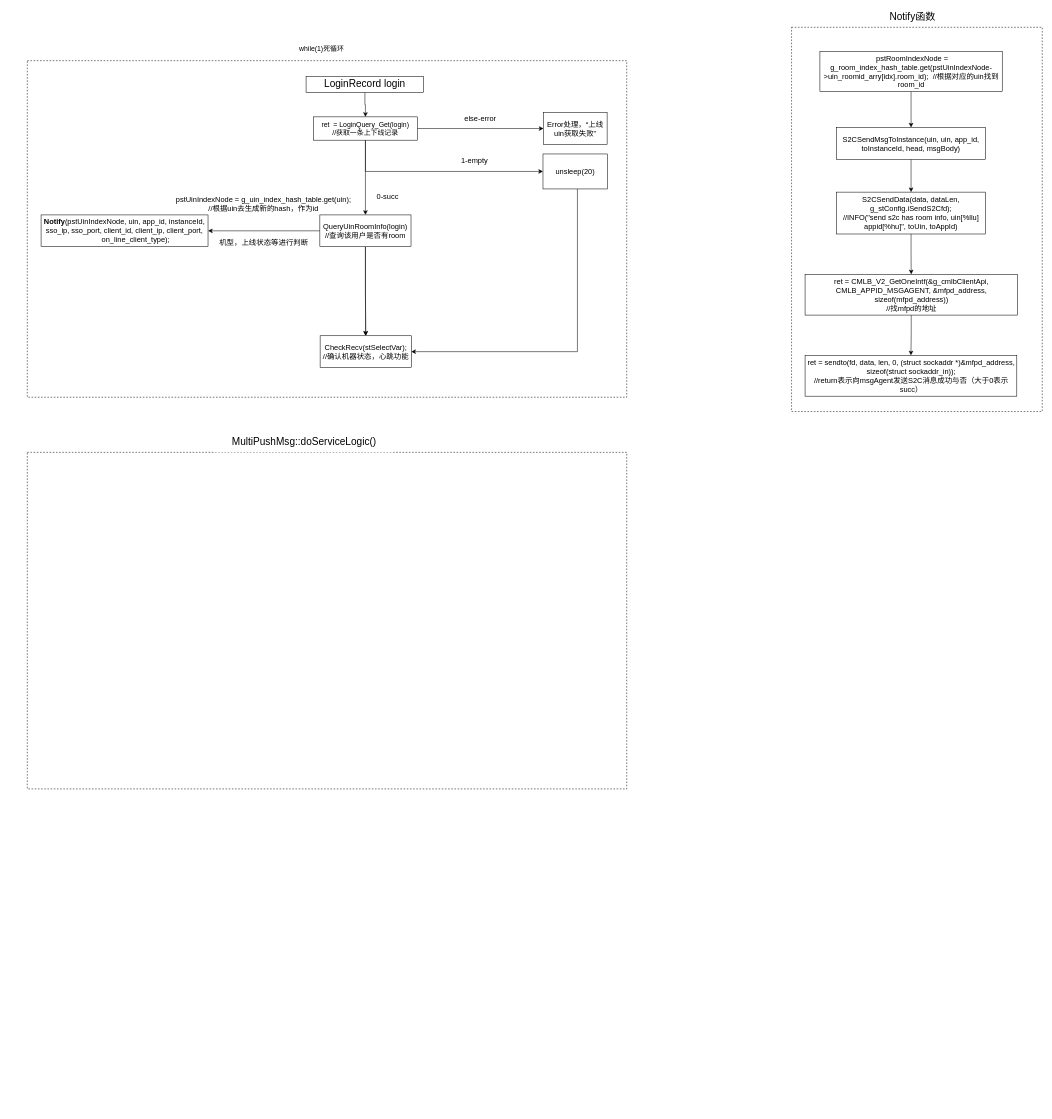
The draw.io diagram 双/多人上线推送.drawio in BBQldf/drawIO, before the edit. Source tidied: cells renumbered, new cells numbered last; positions are measured from the earlier drawing's top-left corner, leaving out a move shared by most shapes. Both pictures are drawn from the tidied source at 53%, with x=0, y=0 at pixel (27, 9).
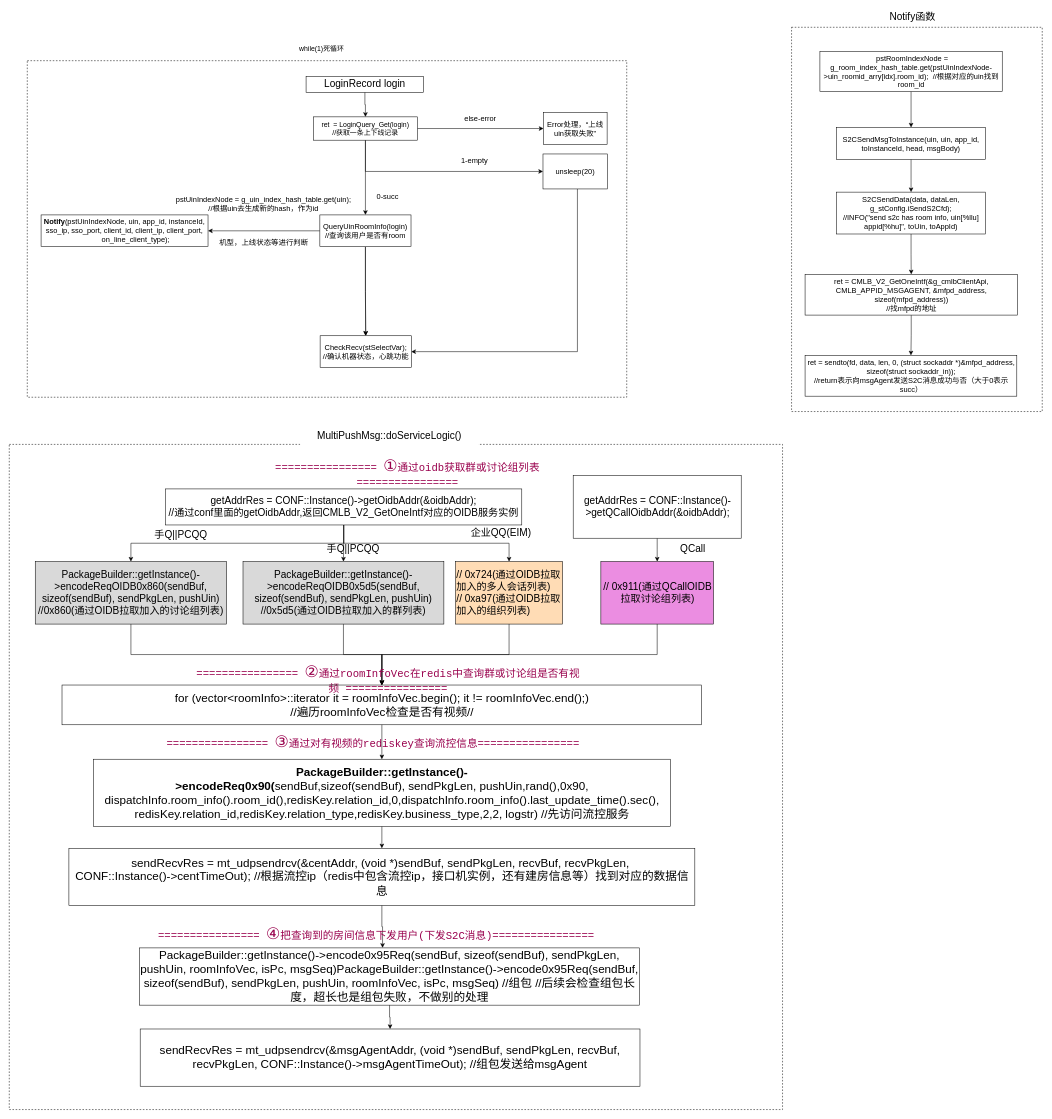
The same diagram, later.

Commit message:
Update 双/多人上线推送.drawio

The edit, as a diff of the source:
```diff
@@
+    <mxCell id="37" style="rounded=0;whiteSpace=wrap;html=1;dashed=1;fillColor=none;" parent="1" vertex="1">
+      <mxGeometry x="-34" y="821" width="1459" height="1255" as="geometry" />
+    </mxCell>
@@
-    <mxCell id="35" style="rounded=0;whiteSpace=wrap;html=1;dashed=1;" parent="1" vertex="1">
-      <mxGeometry y="836" width="1131" height="635" as="geometry" />
-    </mxCell>
     <mxCell id="36" value="MultiPushMsg::doServiceLogic()" style="rounded=0;whiteSpace=wrap;html=1;labelBackgroundColor=none;fontSize=19;fontColor=#000000;strokeColor=none;" parent="1" vertex="1">
-      <mxGeometry x="354" y="796" width="337" height="40" as="geometry" />
+      <mxGeometry x="515" y="785" width="337" height="40" as="geometry" />
     </mxCell>
+    <mxCell id="38" style="edgeStyle=orthogonalEdgeStyle;rounded=0;jettySize=auto;html=1;fontSize=19;fontColor=#99004D;" parent="1" edge="1" source="41" target="43">
+      <mxGeometry relative="1" as="geometry" />
+    </mxCell>
+    <mxCell id="39" style="edgeStyle=orthogonalEdgeStyle;rounded=0;jettySize=auto;html=1;entryX=0.5;entryY=0;entryDx=0;entryDy=0;fontSize=19;fontColor=#99004D;" parent="1" edge="1" source="41" target="45">
+      <mxGeometry relative="1" as="geometry" />
+    </mxCell>
+    <mxCell id="40" style="edgeStyle=orthogonalEdgeStyle;rounded=0;jettySize=auto;html=1;fontSize=19;fontColor=#99004D;" parent="1" edge="1" source="41" target="47">
+      <mxGeometry relative="1" as="geometry" />
+    </mxCell>
+    <mxCell id="41" value="getAddrRes = CONF::Instance()-&amp;gt;getOidbAddr(&amp;amp;oidbAddr);&lt;br&gt;//通过conf里面的getOidbAddr,返回CMLB_V2_GetOneIntf对应的OIDB服务实例" style="rounded=0;whiteSpace=wrap;html=1;labelBackgroundColor=none;fontSize=19;fontColor=#000000;strokeColor=default;" parent="1" vertex="1">
+      <mxGeometry x="261" y="905" width="672" height="68" as="geometry" />
+    </mxCell>
+    <mxCell id="42" style="edgeStyle=orthogonalEdgeStyle;rounded=0;jettySize=auto;html=1;entryX=0.5;entryY=0;entryDx=0;entryDy=0;fontSize=22;fontColor=#000000;" parent="1" edge="1" source="43" target="59">
+      <mxGeometry relative="1" as="geometry" />
+    </mxCell>
+    <mxCell id="43" value="PackageBuilder::getInstance()-&amp;gt;encodeReqOIDB0x860(sendBuf, sizeof(sendBuf), sendPkgLen, pushUin)&lt;span style=&quot;&quot;&gt; &lt;/span&gt;//0x860(通过OIDB拉取加入的讨论组列表)" style="rounded=0;whiteSpace=wrap;html=1;labelBackgroundColor=none;fontSize=19;fontColor=#000000;strokeColor=default;fillColor=#D9D9D9;" parent="1" vertex="1">
+      <mxGeometry x="15" y="1042" width="361" height="118" as="geometry" />
+    </mxCell>
+    <mxCell id="44" style="edgeStyle=orthogonalEdgeStyle;rounded=0;jettySize=auto;html=1;entryX=0.5;entryY=0;entryDx=0;entryDy=0;fontSize=22;fontColor=#000000;" parent="1" edge="1" source="45" target="59">
+      <mxGeometry relative="1" as="geometry" />
+    </mxCell>
+    <mxCell id="45" value="PackageBuilder::getInstance()-&amp;gt;encodeReqOIDB0x5d5(sendBuf, sizeof(sendBuf), sendPkgLen, pushUin)&lt;br&gt;//0x5d5(通过OIDB拉取加入的群列表)" style="rounded=0;whiteSpace=wrap;html=1;labelBackgroundColor=none;fontSize=19;fontColor=#000000;strokeColor=default;fillColor=#D9D9D9;" parent="1" vertex="1">
+      <mxGeometry x="407" y="1042" width="379" height="118" as="geometry" />
+    </mxCell>
+    <mxCell id="46" style="edgeStyle=orthogonalEdgeStyle;rounded=0;jettySize=auto;html=1;entryX=0.5;entryY=0;entryDx=0;entryDy=0;fontSize=22;fontColor=#000000;" parent="1" edge="1" source="47" target="59">
+      <mxGeometry relative="1" as="geometry" />
+    </mxCell>
+    <mxCell id="47" value="&lt;div&gt;// 0x724(通过OIDB拉取加入的多人会话列表)&lt;/div&gt;&lt;div&gt;// 0xa97(通过OIDB拉取加入的组织列表)&lt;/div&gt;&lt;div style=&quot;&quot;&gt;&lt;/div&gt;" style="rounded=0;whiteSpace=wrap;html=1;labelBackgroundColor=none;fontSize=19;fontColor=#000000;strokeColor=default;align=left;fillColor=#FFDCB5;" parent="1" vertex="1">
+      <mxGeometry x="808" y="1042" width="202" height="118" as="geometry" />
+    </mxCell>
+    <mxCell id="48" style="edgeStyle=orthogonalEdgeStyle;rounded=0;jettySize=auto;html=1;fontSize=22;fontColor=#000000;" parent="1" edge="1" source="49" target="59">
+      <mxGeometry relative="1" as="geometry" />
+    </mxCell>
+    <mxCell id="49" value="&lt;div style=&quot;text-align: center;&quot;&gt;// 0x911(通过QCallOIDB拉取讨论组列表)&lt;/div&gt;&lt;div style=&quot;&quot;&gt;&lt;/div&gt;" style="rounded=0;whiteSpace=wrap;html=1;labelBackgroundColor=none;fontSize=19;fontColor=#000000;strokeColor=default;align=left;fillColor=#EB8DE1;" parent="1" vertex="1">
+      <mxGeometry x="1082.2" y="1042" width="212.5" height="118" as="geometry" />
+    </mxCell>
+    <mxCell id="50" style="edgeStyle=orthogonalEdgeStyle;rounded=0;jettySize=auto;html=1;fontSize=19;fontColor=#000000;" parent="1" edge="1" source="51" target="49">
+      <mxGeometry relative="1" as="geometry" />
+    </mxCell>
+    <mxCell id="51" value="&lt;div style=&quot;text-align: center;&quot;&gt;getAddrRes = CONF::Instance()-&amp;gt;getQCallOidbAddr(&amp;amp;oidbAddr);&lt;br&gt;&lt;/div&gt;&lt;div style=&quot;&quot;&gt;&lt;/div&gt;" style="rounded=0;whiteSpace=wrap;html=1;labelBackgroundColor=none;fontSize=19;fontColor=#000000;strokeColor=default;align=left;" parent="1" vertex="1">
+      <mxGeometry x="1030" y="880" width="317" height="118" as="geometry" />
+    </mxCell>
+    <mxCell id="52" value="&lt;div style=&quot;font-style: normal; font-variant-ligatures: normal; font-variant-caps: normal; font-weight: normal; letter-spacing: normal; orphans: 2; text-align: center; text-indent: 0px; text-transform: none; widows: 2; word-spacing: 0px; -webkit-text-stroke-width: 0px; text-decoration-style: initial; text-decoration-color: initial; font-family: Consolas, &amp;quot;Courier New&amp;quot;, monospace; line-height: 27px;&quot;&gt;&lt;div style=&quot;&quot;&gt;&lt;font style=&quot;&quot; color=&quot;#99004d&quot;&gt;&lt;span style=&quot;font-size: 20px;&quot;&gt;================ &lt;/span&gt;&lt;font style=&quot;font-size: 30px;&quot;&gt;①&lt;/font&gt;&lt;span style=&quot;font-size: 20px;&quot;&gt;通过oidb获取群或讨论组列表 ================&lt;/span&gt;&lt;/font&gt;&lt;/div&gt;&lt;/div&gt;" style="text;whiteSpace=wrap;html=1;fontSize=19;fontColor=#000000;" parent="1" vertex="1">
+      <mxGeometry x="365" y="844" width="703" height="42" as="geometry" />
+    </mxCell>
+    <mxCell id="53" value="&lt;font color=&quot;#000000&quot;&gt;手Q||PCQQ&lt;/font&gt;" style="text;html=1;strokeColor=none;fillColor=none;align=center;verticalAlign=middle;whiteSpace=wrap;rounded=0;labelBackgroundColor=none;fontSize=19;fontColor=#99004D;" parent="1" vertex="1">
+      <mxGeometry x="204" y="978" width="172" height="30" as="geometry" />
+    </mxCell>
+    <mxCell id="54" value="&lt;font color=&quot;#000000&quot;&gt;手Q||PCQQ&lt;/font&gt;" style="text;html=1;strokeColor=none;fillColor=none;align=center;verticalAlign=middle;whiteSpace=wrap;rounded=0;labelBackgroundColor=none;fontSize=19;fontColor=#99004D;" parent="1" vertex="1">
+      <mxGeometry x="529" y="1003" width="172" height="30" as="geometry" />
+    </mxCell>
+    <mxCell id="55" value="&lt;font color=&quot;#000000&quot;&gt;企业QQ(EIM)&lt;/font&gt;" style="text;html=1;strokeColor=none;fillColor=none;align=center;verticalAlign=middle;whiteSpace=wrap;rounded=0;labelBackgroundColor=none;fontSize=19;fontColor=#99004D;" parent="1" vertex="1">
+      <mxGeometry x="808" y="973" width="172" height="30" as="geometry" />
+    </mxCell>
+    <mxCell id="56" value="&lt;font color=&quot;#000000&quot;&gt;QCall&lt;/font&gt;" style="text;html=1;strokeColor=none;fillColor=none;align=center;verticalAlign=middle;whiteSpace=wrap;rounded=0;labelBackgroundColor=none;fontSize=19;fontColor=#99004D;" parent="1" vertex="1">
+      <mxGeometry x="1170" y="1003" width="172" height="30" as="geometry" />
+    </mxCell>
+    <mxCell id="57" value="&lt;div style=&quot;orphans: 2; text-align: center; text-indent: 0px; widows: 2; text-decoration-style: initial; text-decoration-color: initial; line-height: 27px;&quot;&gt;&lt;div style=&quot;&quot;&gt;&lt;font style=&quot;&quot; color=&quot;#99004d&quot;&gt;&lt;span style=&quot;font-family: Consolas, &amp;quot;Courier New&amp;quot;, monospace; font-style: normal; font-variant-ligatures: normal; font-variant-caps: normal; font-weight: normal; letter-spacing: normal; text-transform: none; word-spacing: 0px; -webkit-text-stroke-width: 0px; font-size: 20px;&quot;&gt;================ &lt;/span&gt;&lt;span style=&quot;font-family: Consolas, &amp;quot;Courier New&amp;quot;, monospace; font-style: normal; font-variant-ligatures: normal; font-variant-caps: normal; font-weight: normal; letter-spacing: normal; text-transform: none; word-spacing: 0px; -webkit-text-stroke-width: 0px; font-size: 30px;&quot;&gt;②&lt;/span&gt;&lt;/font&gt;&lt;span style=&quot;color: rgb(153, 0, 77); font-family: Consolas, &amp;quot;Courier New&amp;quot;, monospace; font-size: 20px; background-color: initial;&quot;&gt;通过roomInfoVec在redis中&lt;/span&gt;&lt;span style=&quot;font-size: 20px; font-family: Consolas, &amp;quot;Courier New&amp;quot;, monospace; color: rgb(153, 0, 77); background-color: initial;&quot;&gt;查询群或讨论组是否有视频&lt;/span&gt;&lt;span style=&quot;font-size: 20px; font-family: Consolas, &amp;quot;Courier New&amp;quot;, monospace; color: rgb(153, 0, 77); background-color: initial;&quot;&gt;&amp;nbsp;================&lt;/span&gt;&lt;/div&gt;&lt;/div&gt;" style="text;whiteSpace=wrap;html=1;fontSize=19;fontColor=#000000;" parent="1" vertex="1">
+      <mxGeometry x="213" y="1233" width="934" height="42" as="geometry" />
+    </mxCell>
+    <mxCell id="58" style="edgeStyle=orthogonalEdgeStyle;rounded=0;jettySize=auto;html=1;fontSize=22;fontColor=#000000;" parent="1" edge="1" source="59" target="61">
+      <mxGeometry relative="1" as="geometry" />
+    </mxCell>
+    <mxCell id="59" value="&lt;span style=&quot;font-size: 22px;&quot;&gt;for (vector&amp;lt;roomInfo&amp;gt;::iterator it = roomInfoVec.begin(); it != roomInfoVec.end();)&lt;br&gt;//遍历roomInfoVec检查是否有视频//&lt;/span&gt;" style="rounded=0;whiteSpace=wrap;html=1;labelBackgroundColor=none;fontSize=19;fontColor=#000000;strokeColor=default;fillColor=none;" parent="1" vertex="1">
+      <mxGeometry x="65.5" y="1275" width="1207" height="75" as="geometry" />
+    </mxCell>
+    <mxCell id="60" style="edgeStyle=orthogonalEdgeStyle;rounded=0;jettySize=auto;html=1;fontSize=22;fontColor=#000000;" parent="1" edge="1" source="61" target="64">
+      <mxGeometry relative="1" as="geometry" />
+    </mxCell>
+    <mxCell id="61" value="&lt;div&gt;&lt;span style=&quot;font-size: 22px;&quot;&gt;&lt;b&gt;PackageBuilder::getInstance()-&amp;gt;encodeReq0x90(&lt;/b&gt;sendBuf,&lt;/span&gt;&lt;span style=&quot;font-size: 22px; background-color: initial;&quot;&gt;sizeof(sendBuf),&amp;nbsp;&lt;/span&gt;&lt;span style=&quot;background-color: initial; font-size: 22px;&quot;&gt;sendPkgLen,&amp;nbsp;&lt;/span&gt;&lt;span style=&quot;background-color: initial; font-size: 22px;&quot;&gt;pushUin,&lt;/span&gt;&lt;span style=&quot;background-color: initial; font-size: 22px;&quot;&gt;rand(),&lt;/span&gt;&lt;span style=&quot;background-color: initial; font-size: 22px;&quot;&gt;0x90,&lt;/span&gt;&lt;/div&gt;&lt;div&gt;&lt;span style=&quot;background-color: initial; font-size: 22px;&quot;&gt;dispatchInfo.room_info().room_id(),&lt;/span&gt;&lt;span style=&quot;background-color: initial; font-size: 22px;&quot;&gt;redisKey.relation_id,&lt;/span&gt;&lt;span style=&quot;background-color: initial; font-size: 22px;&quot;&gt;0,&lt;/span&gt;&lt;span style=&quot;background-color: initial; font-size: 22px;&quot;&gt;dispatchInfo.room_info().last_update_time().sec(),&lt;/span&gt;&lt;/div&gt;&lt;div&gt;&lt;span style=&quot;background-color: initial; font-size: 22px;&quot;&gt;redisKey.relation_id,&lt;/span&gt;&lt;span style=&quot;background-color: initial; font-size: 22px;&quot;&gt;redisKey.relation_type,&lt;/span&gt;&lt;span style=&quot;background-color: initial; font-size: 22px;&quot;&gt;redisKey.business_type,&lt;/span&gt;&lt;span style=&quot;background-color: initial; font-size: 22px;&quot;&gt;2,&lt;/span&gt;&lt;span style=&quot;background-color: initial; font-size: 22px;&quot;&gt;2, logstr)&lt;span style=&quot;white-space: pre;&quot;&gt; &lt;/span&gt;//先访问流控服务&lt;/span&gt;&lt;/div&gt;" style="rounded=0;whiteSpace=wrap;html=1;labelBackgroundColor=none;fontSize=19;fontColor=#000000;strokeColor=default;fillColor=none;direction=south;" parent="1" vertex="1">
+      <mxGeometry x="124.5" y="1415" width="1089" height="127" as="geometry" />
+    </mxCell>
+    <mxCell id="62" value="&lt;div style=&quot;orphans: 2; text-align: center; text-indent: 0px; widows: 2; text-decoration-style: initial; text-decoration-color: initial; line-height: 27px;&quot;&gt;&lt;div style=&quot;&quot;&gt;&lt;font style=&quot;&quot; color=&quot;#99004d&quot;&gt;&lt;span style=&quot;font-family: Consolas, &amp;quot;Courier New&amp;quot;, monospace; font-style: normal; font-variant-ligatures: normal; font-variant-caps: normal; font-weight: normal; letter-spacing: normal; text-transform: none; word-spacing: 0px; -webkit-text-stroke-width: 0px; font-size: 20px;&quot;&gt;================ &lt;/span&gt;&lt;span style=&quot;font-family: Consolas, &amp;quot;Courier New&amp;quot;, monospace; font-style: normal; font-variant-ligatures: normal; font-variant-caps: normal; font-weight: normal; letter-spacing: normal; text-transform: none; word-spacing: 0px; -webkit-text-stroke-width: 0px; font-size: 30px;&quot;&gt;③&lt;/span&gt;&lt;/font&gt;&lt;span style=&quot;color: rgb(153, 0, 77); font-family: Consolas, &amp;quot;Courier New&amp;quot;, monospace; font-size: 20px; background-color: initial;&quot;&gt;通过对有视频的rediskey查询流控信息&lt;/span&gt;&lt;span style=&quot;font-size: 20px; font-family: Consolas, &amp;quot;Courier New&amp;quot;, monospace; color: rgb(153, 0, 77); background-color: initial;&quot;&gt;================&lt;/span&gt;&lt;/div&gt;&lt;/div&gt;" style="text;whiteSpace=wrap;html=1;fontSize=19;fontColor=#000000;" parent="1" vertex="1">
+      <mxGeometry x="261" y="1365" width="934" height="42" as="geometry" />
+    </mxCell>
+    <mxCell id="63" style="edgeStyle=orthogonalEdgeStyle;rounded=0;jettySize=auto;html=1;entryX=-0.002;entryY=0.514;entryDx=0;entryDy=0;entryPerimeter=0;fontSize=22;fontColor=#000000;" parent="1" edge="1" source="64" target="67">
+      <mxGeometry relative="1" as="geometry" />
+    </mxCell>
+    <mxCell id="64" value="&lt;div&gt;&lt;span style=&quot;font-size: 22px;&quot;&gt;sendRecvRes = mt_udpsendrcv(&lt;/span&gt;&lt;span style=&quot;font-size: 22px; background-color: initial;&quot;&gt;&amp;amp;centAddr, (void *)sendBuf, sendPkgLen, recvBuf, recvPkgLen,&amp;nbsp;&lt;/span&gt;&lt;/div&gt;&lt;div&gt;&lt;span style=&quot;font-size: 22px;&quot;&gt;CONF::Instance()-&amp;gt;centTimeOut);&lt;span style=&quot;white-space: pre;&quot;&gt; &lt;/span&gt;//根据流控ip（redis中包含流控ip，接口机实例，还有建房信息等）找到对应的数据信息&lt;/span&gt;&lt;/div&gt;" style="rounded=0;whiteSpace=wrap;html=1;labelBackgroundColor=none;fontSize=19;fontColor=#000000;strokeColor=default;fillColor=none;direction=south;" parent="1" vertex="1">
+      <mxGeometry x="78.5" y="1583" width="1181" height="108" as="geometry" />
+    </mxCell>
+    <mxCell id="65" value="&lt;div style=&quot;orphans: 2; text-align: center; text-indent: 0px; widows: 2; text-decoration-style: initial; text-decoration-color: initial; line-height: 27px;&quot;&gt;&lt;div style=&quot;&quot;&gt;&lt;font style=&quot;&quot; color=&quot;#99004d&quot;&gt;&lt;span style=&quot;font-family: Consolas, &amp;quot;Courier New&amp;quot;, monospace; font-style: normal; font-variant-ligatures: normal; font-variant-caps: normal; font-weight: normal; letter-spacing: normal; text-transform: none; word-spacing: 0px; -webkit-text-stroke-width: 0px; font-size: 20px;&quot;&gt;================ &lt;/span&gt;&lt;span style=&quot;font-family: Consolas, &amp;quot;Courier New&amp;quot;, monospace; font-style: normal; font-variant-ligatures: normal; font-variant-caps: normal; font-weight: normal; letter-spacing: normal; text-transform: none; word-spacing: 0px; -webkit-text-stroke-width: 0px; font-size: 30px;&quot;&gt;④&lt;/span&gt;&lt;/font&gt;&lt;span style=&quot;color: rgb(153, 0, 77); font-family: Consolas, &amp;quot;Courier New&amp;quot;, monospace; font-size: 20px; background-color: initial;&quot;&gt;把查询到的房间信息下发用户(下发S2C消息)&lt;/span&gt;&lt;span style=&quot;font-size: 20px; font-family: Consolas, &amp;quot;Courier New&amp;quot;, monospace; color: rgb(153, 0, 77); background-color: initial;&quot;&gt;================&lt;/span&gt;&lt;/div&gt;&lt;/div&gt;" style="text;whiteSpace=wrap;html=1;fontSize=19;fontColor=#000000;" parent="1" vertex="1">
+      <mxGeometry x="245" y="1727" width="934" height="42" as="geometry" />
+    </mxCell>
+    <mxCell id="66" style="edgeStyle=orthogonalEdgeStyle;rounded=0;jettySize=auto;html=1;entryX=0;entryY=0.5;entryDx=0;entryDy=0;fontSize=22;fontColor=#000000;" parent="1" edge="1" source="67" target="68">
+      <mxGeometry relative="1" as="geometry" />
+    </mxCell>
+    <mxCell id="67" value="&lt;div&gt;&lt;span style=&quot;font-size: 22px;&quot;&gt;PackageBuilder::getInstance()-&amp;gt;encode0x95Req(&lt;/span&gt;&lt;span style=&quot;font-size: 22px; background-color: initial;&quot;&gt;sendBuf, sizeof(sendBuf), sendPkgLen, pushUin, roomInfoVec, isPc, msgSeq)PackageBuilder::getInstance()-&amp;gt;encode0x95Req(&lt;/span&gt;&lt;span style=&quot;font-size: 22px; background-color: initial;&quot;&gt;sendBuf, sizeof(sendBuf), sendPkgLen, pushUin, roomInfoVec, isPc, msgSeq)&lt;/span&gt;&lt;span style=&quot;font-size: 22px; background-color: initial; white-space: pre;&quot;&gt; &lt;/span&gt;&lt;span style=&quot;font-size: 22px; background-color: initial;&quot;&gt;//组包&lt;span style=&quot;white-space: pre;&quot;&gt; &lt;/span&gt;//后续会检查组包长度，超长也是组包失败，不做别的处理&lt;/span&gt;&lt;/div&gt;" style="rounded=0;whiteSpace=wrap;html=1;labelBackgroundColor=none;fontSize=19;fontColor=#000000;strokeColor=default;fillColor=none;direction=south;" parent="1" vertex="1">
+      <mxGeometry x="212" y="1771" width="943" height="108" as="geometry" />
+    </mxCell>
+    <mxCell id="68" value="&lt;div&gt;&lt;span style=&quot;font-size: 22px;&quot;&gt;sendRecvRes = mt_udpsendrcv(&lt;/span&gt;&lt;span style=&quot;font-size: 22px; background-color: initial;&quot;&gt;&amp;amp;msgAgentAddr, (void *)sendBuf, sendPkgLen, recvBuf, recvPkgLen, CONF::Instance()-&amp;gt;msgAgentTimeOut);&lt;/span&gt;&lt;span style=&quot;font-size: 22px; background-color: initial; white-space: pre;&quot;&gt; &lt;/span&gt;&lt;span style=&quot;font-size: 22px; background-color: initial;&quot;&gt;//组包发送给msgAgent&lt;/span&gt;&lt;/div&gt;" style="rounded=0;whiteSpace=wrap;html=1;labelBackgroundColor=none;fontSize=19;fontColor=#000000;strokeColor=default;fillColor=none;direction=south;" parent="1" vertex="1">
+      <mxGeometry x="213" y="1924" width="943" height="108" as="geometry" />
+    </mxCell>
```
